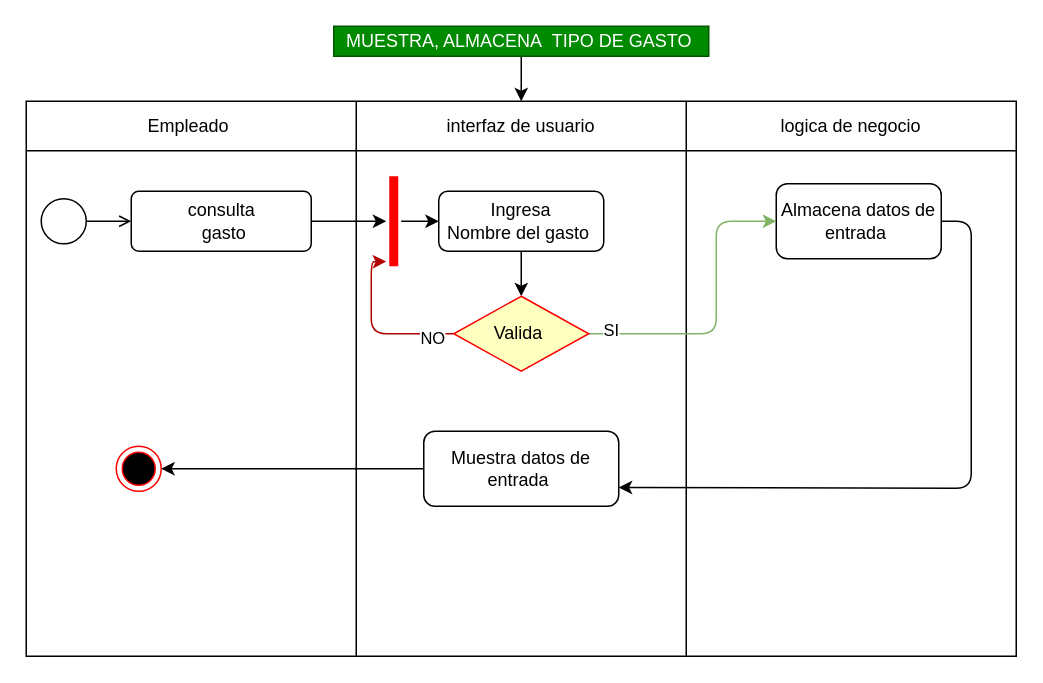
This is Diagramas_Actividad/DAE.8.1.drawio from DavidArtavia/Activity_Diagram-, a draw.io file, before an edit. Source tidied: cells renumbered, new cells numbered last; positions are measured from the earlier drawing's top-left corner, leaving out a move shared by most shapes. Both pictures are drawn from the tidied source at 150%, with x=0, y=0 at pixel (26, 26).
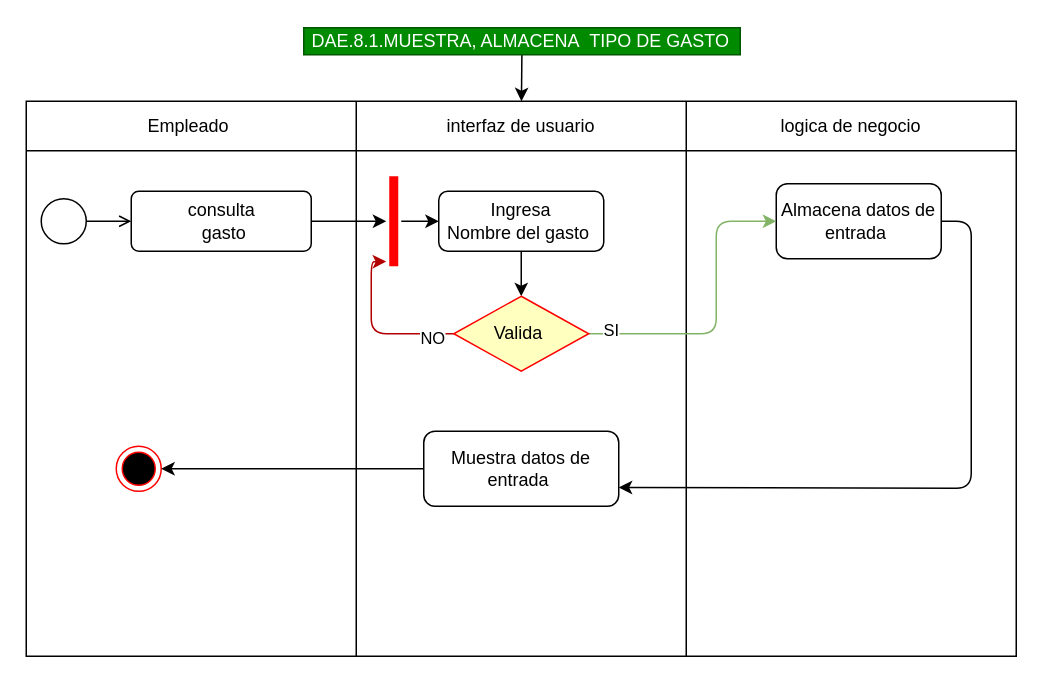
The same page after the edit.

Change to the diagram source:
```diff
@@
-    <mxCell id="21" value="MUESTRA, ALMACENA&amp;nbsp; TIPO DE GASTO&amp;nbsp;" style="text;html=1;align=center;verticalAlign=middle;points=[];rounded=0;fillColor=#008a00;fontColor=#ffffff;strokeColor=#005700;" parent="1" vertex="1">
-      <mxGeometry x="205" width="250" height="20" as="geometry" />
+    <mxCell id="21" value="DAE.8.1.MUESTRA, ALMACENA&amp;nbsp; TIPO DE GASTO&amp;nbsp;" style="text;html=1;align=center;verticalAlign=middle;points=[];rounded=0;fillColor=#008a00;fontColor=#ffffff;strokeColor=#005700;" parent="1" vertex="1">
+      <mxGeometry x="185" y="1" width="291" height="18" as="geometry" />
     </mxCell>
```
